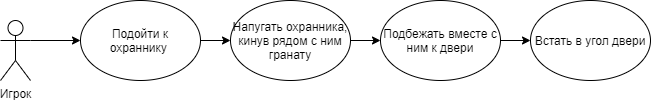
Torusaynim/Grove-Street-Glitches keeps this draw.io diagram as assets/door_stack.png. Above is the earlier version. Source tidied: cells renumbered, new cells last; positions are measured from the earlier drawing's top-left corner, leaving out a move shared by most shapes. Source of this version:
```xml
<mxGraphModel>
  <root>
    <mxCell id="0" />
    <mxCell id="1" parent="0" />
    <mxCell id="2" value="Игрок" style="shape=umlActor;verticalLabelPosition=bottom;verticalAlign=top;html=1;outlineConnect=0;" parent="1" vertex="1">
      <mxGeometry y="20" width="30" height="60" as="geometry" />
    </mxCell>
    <mxCell id="3" style="edgeStyle=orthogonalEdgeStyle;rounded=0;jettySize=auto;html=1;exitX=1;exitY=0.5;exitDx=0;exitDy=0;entryX=0;entryY=0.5;entryDx=0;entryDy=0;" parent="1" edge="1" source="4" target="6">
      <mxGeometry relative="1" as="geometry" />
    </mxCell>
    <mxCell id="4" value="Подойти к охраннику&amp;nbsp;" style="ellipse;whiteSpace=wrap;html=1;" parent="1" vertex="1">
      <mxGeometry x="80" width="120" height="80" as="geometry" />
    </mxCell>
    <mxCell id="5" style="edgeStyle=orthogonalEdgeStyle;rounded=0;jettySize=auto;html=1;exitX=1;exitY=0.5;exitDx=0;exitDy=0;entryX=0;entryY=0.5;entryDx=0;entryDy=0;" parent="1" edge="1" source="6" target="8">
      <mxGeometry relative="1" as="geometry" />
    </mxCell>
    <mxCell id="6" value="Напугать охранника, кинув рядом с ним гранату" style="ellipse;whiteSpace=wrap;html=1;" parent="1" vertex="1">
      <mxGeometry x="230" width="120" height="80" as="geometry" />
    </mxCell>
    <mxCell id="7" style="edgeStyle=orthogonalEdgeStyle;rounded=0;jettySize=auto;html=1;exitX=1;exitY=0.5;exitDx=0;exitDy=0;entryX=0;entryY=0.5;entryDx=0;entryDy=0;" parent="1" edge="1" source="8" target="9">
      <mxGeometry relative="1" as="geometry" />
    </mxCell>
    <mxCell id="8" value="Подбежать вместе с ним к двери" style="ellipse;whiteSpace=wrap;html=1;" parent="1" vertex="1">
      <mxGeometry x="380" width="120" height="80" as="geometry" />
    </mxCell>
    <mxCell id="9" value="Встать в угол двери" style="ellipse;whiteSpace=wrap;html=1;" parent="1" vertex="1">
      <mxGeometry x="530" width="120" height="80" as="geometry" />
    </mxCell>
    <mxCell id="10" style="endArrow=classic;html=1;exitX=1;exitY=0.3333333333333333;exitDx=0;exitDy=0;exitPerimeter=0;entryX=0;entryY=0.5;entryDx=0;entryDy=0;" parent="1" edge="1" source="2" target="4">
      <mxGeometry relative="1" as="geometry" />
    </mxCell>
  </root>
</mxGraphModel>
```
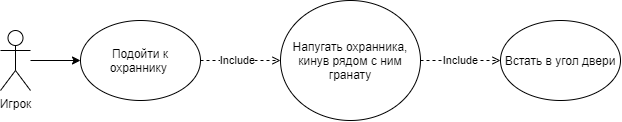
The same diagram one commit later.

What changed in the source:
```diff
@@ -3,31 +3,37 @@
     <mxCell id="0" />
     <mxCell id="1" parent="0" />
     <mxCell id="2" value="Игрок" style="shape=umlActor;verticalLabelPosition=bottom;verticalAlign=top;html=1;outlineConnect=0;" parent="1" vertex="1">
-      <mxGeometry y="20" width="30" height="60" as="geometry" />
+      <mxGeometry x="30" y="10" width="30" height="60" as="geometry" />
     </mxCell>
-    <mxCell id="3" style="edgeStyle=orthogonalEdgeStyle;rounded=0;jettySize=auto;html=1;exitX=1;exitY=0.5;exitDx=0;exitDy=0;entryX=0;entryY=0.5;entryDx=0;entryDy=0;" parent="1" edge="1" source="4" target="6">
+    <mxCell id="3" style="edgeStyle=orthogonalEdgeStyle;rounded=0;jettySize=auto;html=1;exitX=1;exitY=0.5;exitDx=0;exitDy=0;entryX=0;entryY=0.5;entryDx=0;entryDy=0;dashed=1;endArrow=open;endFill=0;" parent="1" edge="1" source="4" target="6">
       <mxGeometry relative="1" as="geometry" />
     </mxCell>
+    <mxCell id="11" value="Include" style="edgeLabel;html=1;align=center;verticalAlign=middle;" parent="3" vertex="1">
+      <mxGeometry x="-0.34" y="1" relative="1" as="geometry">
+        <mxPoint x="10" y="1" as="offset" />
+      </mxGeometry>
+    </mxCell>
     <mxCell id="4" value="Подойти к охраннику&amp;nbsp;" style="ellipse;whiteSpace=wrap;html=1;" parent="1" vertex="1">
-      <mxGeometry x="80" width="120" height="80" as="geometry" />
+      <mxGeometry x="110" width="120" height="80" as="geometry" />
     </mxCell>
-    <mxCell id="5" style="edgeStyle=orthogonalEdgeStyle;rounded=0;jettySize=auto;html=1;exitX=1;exitY=0.5;exitDx=0;exitDy=0;entryX=0;entryY=0.5;entryDx=0;entryDy=0;" parent="1" edge="1" source="6" target="8">
-      <mxGeometry relative="1" as="geometry" />
-    </mxCell>
     <mxCell id="6" value="Напугать охранника, кинув рядом с ним гранату" style="ellipse;whiteSpace=wrap;html=1;" parent="1" vertex="1">
-      <mxGeometry x="230" width="120" height="80" as="geometry" />
+      <mxGeometry x="310" y="-20" width="140" height="120" as="geometry" />
     </mxCell>
-    <mxCell id="7" style="edgeStyle=orthogonalEdgeStyle;rounded=0;jettySize=auto;html=1;exitX=1;exitY=0.5;exitDx=0;exitDy=0;entryX=0;entryY=0.5;entryDx=0;entryDy=0;" parent="1" edge="1" source="8" target="9">
+    <mxCell id="7" style="edgeStyle=orthogonalEdgeStyle;rounded=0;jettySize=auto;html=1;exitX=1;exitY=0.5;exitDx=0;exitDy=0;entryX=0;entryY=0.5;entryDx=0;entryDy=0;dashed=1;endArrow=open;endFill=0;" parent="1" edge="1" source="6" target="9">
       <mxGeometry relative="1" as="geometry" />
     </mxCell>
-    <mxCell id="8" value="Подбежать вместе с ним к двери" style="ellipse;whiteSpace=wrap;html=1;" parent="1" vertex="1">
-      <mxGeometry x="380" width="120" height="80" as="geometry" />
-    </mxCell>
+    <mxCell id="12" value="Include" style="edgeLabel;html=1;align=center;verticalAlign=middle;" parent="7" vertex="1">
+      <mxGeometry x="-0.26" y="-2" relative="1" as="geometry">
+        <mxPoint x="10" y="-2" as="offset" />
+      </mxGeometry>
+    </mxCell>
     <mxCell id="9" value="Встать в угол двери" style="ellipse;whiteSpace=wrap;html=1;" parent="1" vertex="1">
       <mxGeometry x="530" width="120" height="80" as="geometry" />
     </mxCell>
-    <mxCell id="10" style="endArrow=classic;html=1;exitX=1;exitY=0.3333333333333333;exitDx=0;exitDy=0;exitPerimeter=0;entryX=0;entryY=0.5;entryDx=0;entryDy=0;" parent="1" edge="1" source="2" target="4">
-      <mxGeometry relative="1" as="geometry" />
+    <mxCell id="10" style="endArrow=classic;html=1;entryX=0;entryY=0.5;entryDx=0;entryDy=0;" parent="1" edge="1" target="4">
+      <mxGeometry relative="1" as="geometry">
+        <mxPoint x="60" y="40" as="sourcePoint" />
+      </mxGeometry>
     </mxCell>
   </root>
 </mxGraphModel>
```
